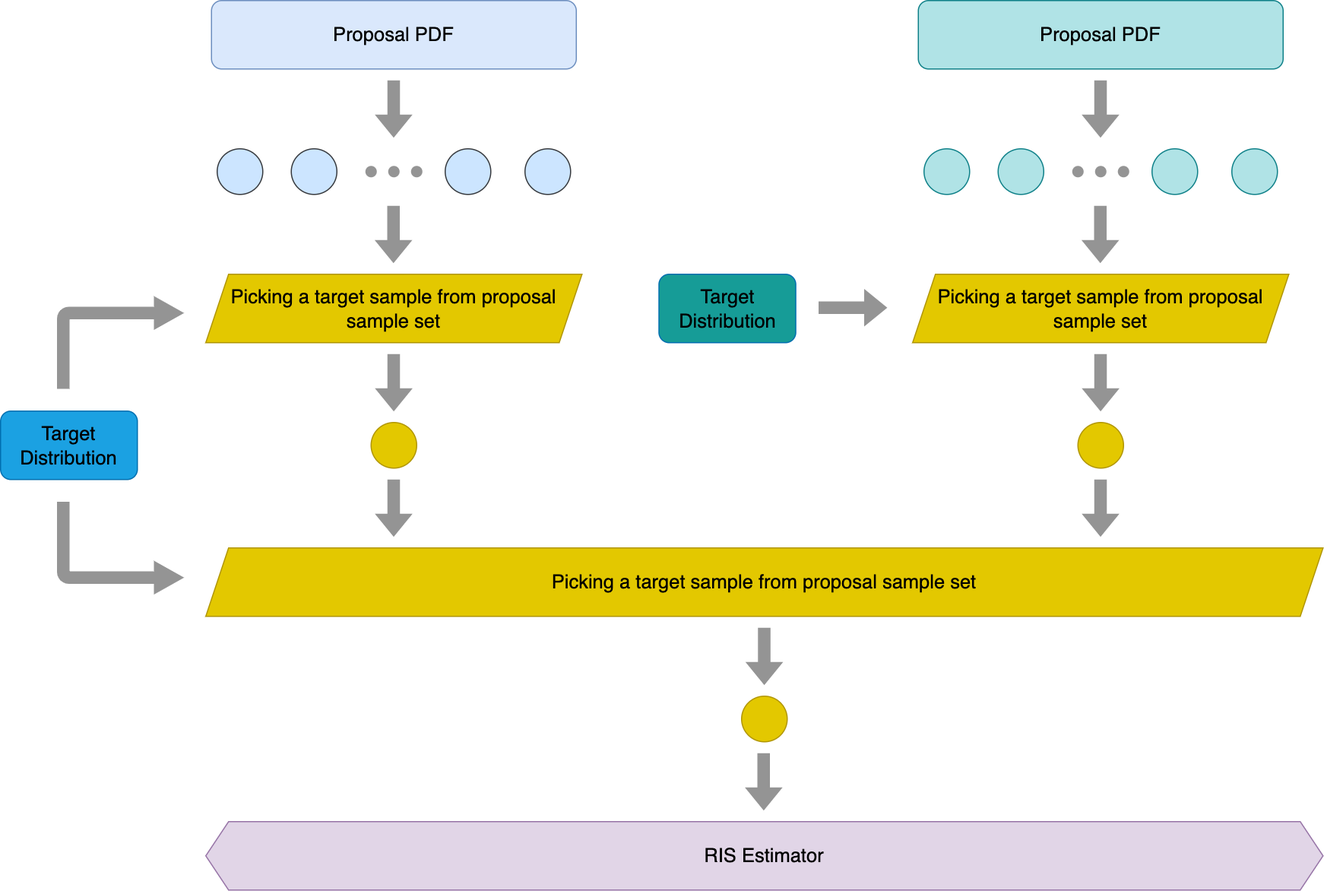
This is img/posts/understanding_the_math_behind_restir_di/ReStir_1.png from JiayinCao/AGraphicsGuyNotes, a draw.io export, as it was before one commit. Source tidied: cells renumbered, new cells last; positions are measured from the earlier drawing's top-left corner, leaving out a move shared by most shapes. The source it was exported from:
```xml
<mxGraphModel>
  <root>
    <mxCell id="0" />
    <mxCell id="1" parent="0" />
    <mxCell id="2" value="&lt;font style=&quot;font-size: 17px;&quot;&gt;Proposal PDF&lt;/font&gt;" style="rounded=1;whiteSpace=wrap;html=1;fillColor=#dae8fc;strokeColor=#6c8ebf;" parent="1" vertex="1">
      <mxGeometry x="185" width="320" height="60" as="geometry" />
    </mxCell>
    <mxCell id="3" style="ellipse;whiteSpace=wrap;html=1;fillColor=#cce5ff;strokeColor=#36393d;" parent="1" vertex="1">
      <mxGeometry x="190" y="130" width="40" height="40" as="geometry" />
    </mxCell>
    <mxCell id="4" style="shape=flexArrow;endArrow=classic;html=1;rounded=0;strokeColor=#949494;fillColor=#949494;" parent="1" edge="1">
      <mxGeometry relative="1" as="geometry">
        <mxPoint x="344.8" y="70" as="sourcePoint" />
        <mxPoint x="344.8" y="120" as="targetPoint" />
      </mxGeometry>
    </mxCell>
    <mxCell id="5" style="ellipse;whiteSpace=wrap;html=1;fillColor=#cce5ff;strokeColor=#36393d;" parent="1" vertex="1">
      <mxGeometry x="255" y="130" width="40" height="40" as="geometry" />
    </mxCell>
    <mxCell id="6" style="ellipse;whiteSpace=wrap;html=1;fillColor=#cce5ff;strokeColor=#36393d;" parent="1" vertex="1">
      <mxGeometry x="460" y="130" width="40" height="40" as="geometry" />
    </mxCell>
    <mxCell id="7" style="ellipse;whiteSpace=wrap;html=1;fillColor=#cce5ff;strokeColor=#36393d;" parent="1" vertex="1">
      <mxGeometry x="390" y="130" width="40" height="40" as="geometry" />
    </mxCell>
    <mxCell id="8" value="&lt;font style=&quot;font-size: 17px;&quot; color=&quot;#000000&quot;&gt;Target Distribution&lt;/font&gt;" style="rounded=1;whiteSpace=wrap;html=1;fillColor=#1ba1e2;strokeColor=#006EAF;fontColor=#ffffff;" parent="1" vertex="1">
      <mxGeometry y="360" width="120" height="60" as="geometry" />
    </mxCell>
    <mxCell id="9" style="ellipse;whiteSpace=wrap;html=1;fillColor=#949494;strokeColor=none;" parent="1" vertex="1">
      <mxGeometry x="320" y="145" width="10" height="10" as="geometry" />
    </mxCell>
    <mxCell id="10" style="ellipse;whiteSpace=wrap;html=1;fillColor=#949494;strokeColor=none;" parent="1" vertex="1">
      <mxGeometry x="340" y="145" width="10" height="10" as="geometry" />
    </mxCell>
    <mxCell id="11" style="ellipse;whiteSpace=wrap;html=1;fillColor=#949494;strokeColor=none;" parent="1" vertex="1">
      <mxGeometry x="360" y="145" width="10" height="10" as="geometry" />
    </mxCell>
    <mxCell id="12" style="shape=flexArrow;endArrow=classic;html=1;rounded=0;strokeColor=#949494;fillColor=#949494;" parent="1" edge="1">
      <mxGeometry relative="1" as="geometry">
        <mxPoint x="344.6" y="180" as="sourcePoint" />
        <mxPoint x="344.6" y="230" as="targetPoint" />
      </mxGeometry>
    </mxCell>
    <mxCell id="13" value="&lt;font style=&quot;font-size: 17px;&quot;&gt;Proposal PDF&lt;/font&gt;" style="rounded=1;whiteSpace=wrap;html=1;fillColor=#b0e3e6;strokeColor=#0e8088;" parent="1" vertex="1">
      <mxGeometry x="805" width="320" height="60" as="geometry" />
    </mxCell>
    <mxCell id="14" style="ellipse;whiteSpace=wrap;html=1;fillColor=#b0e3e6;strokeColor=#0e8088;" parent="1" vertex="1">
      <mxGeometry x="810" y="130" width="40" height="40" as="geometry" />
    </mxCell>
    <mxCell id="15" style="shape=flexArrow;endArrow=classic;html=1;rounded=0;strokeColor=#949494;fillColor=#949494;" parent="1" edge="1">
      <mxGeometry relative="1" as="geometry">
        <mxPoint x="964.8" y="70" as="sourcePoint" />
        <mxPoint x="964.8" y="120" as="targetPoint" />
      </mxGeometry>
    </mxCell>
    <mxCell id="16" style="ellipse;whiteSpace=wrap;html=1;fillColor=#b0e3e6;strokeColor=#0e8088;" parent="1" vertex="1">
      <mxGeometry x="875" y="130" width="40" height="40" as="geometry" />
    </mxCell>
    <mxCell id="17" style="ellipse;whiteSpace=wrap;html=1;fillColor=#b0e3e6;strokeColor=#0e8088;" parent="1" vertex="1">
      <mxGeometry x="1080" y="130" width="40" height="40" as="geometry" />
    </mxCell>
    <mxCell id="18" style="ellipse;whiteSpace=wrap;html=1;fillColor=#b0e3e6;strokeColor=#0e8088;" parent="1" vertex="1">
      <mxGeometry x="1010" y="130" width="40" height="40" as="geometry" />
    </mxCell>
    <mxCell id="19" value="&lt;font style=&quot;font-size: 17px;&quot; color=&quot;#000000&quot;&gt;Target Distribution&lt;/font&gt;" style="rounded=1;whiteSpace=wrap;html=1;fillColor=#169C97;strokeColor=#006EAF;fontColor=#ffffff;" parent="1" vertex="1">
      <mxGeometry x="577.5" y="240" width="120" height="60" as="geometry" />
    </mxCell>
    <mxCell id="20" value="&lt;span style=&quot;font-size: 17px;&quot;&gt;Picking a target sample from proposal sample set&lt;/span&gt;" style="shape=parallelogram;perimeter=parallelogramPerimeter;whiteSpace=wrap;html=1;fixedSize=1;fontColor=#000000;fillColor=#e3c800;strokeColor=#B09500;" parent="1" vertex="1">
      <mxGeometry x="800" y="240" width="330" height="60" as="geometry" />
    </mxCell>
    <mxCell id="21" style="shape=flexArrow;endArrow=classic;html=1;rounded=0;fontColor=#000000;strokeColor=#949494;fillColor=#949494;fillStyle=solid;gradientColor=none;" parent="1" edge="1">
      <mxGeometry relative="1" as="geometry">
        <mxPoint x="717.5" y="269.3" as="sourcePoint" />
        <mxPoint x="777.5" y="269.3" as="targetPoint" />
      </mxGeometry>
    </mxCell>
    <mxCell id="22" style="ellipse;whiteSpace=wrap;html=1;fillColor=#e3c800;strokeColor=#B09500;fontColor=#000000;" parent="1" vertex="1">
      <mxGeometry x="945" y="370" width="40" height="40" as="geometry" />
    </mxCell>
    <mxCell id="23" style="ellipse;whiteSpace=wrap;html=1;fillColor=#949494;strokeColor=none;" parent="1" vertex="1">
      <mxGeometry x="940" y="145" width="10" height="10" as="geometry" />
    </mxCell>
    <mxCell id="24" style="ellipse;whiteSpace=wrap;html=1;fillColor=#949494;strokeColor=none;" parent="1" vertex="1">
      <mxGeometry x="960" y="145" width="10" height="10" as="geometry" />
    </mxCell>
    <mxCell id="25" style="ellipse;whiteSpace=wrap;html=1;fillColor=#949494;strokeColor=none;" parent="1" vertex="1">
      <mxGeometry x="980" y="145" width="10" height="10" as="geometry" />
    </mxCell>
    <mxCell id="26" style="shape=flexArrow;endArrow=classic;html=1;rounded=0;strokeColor=#949494;fillColor=#949494;" parent="1" edge="1">
      <mxGeometry relative="1" as="geometry">
        <mxPoint x="964.6" y="180" as="sourcePoint" />
        <mxPoint x="964.6" y="230" as="targetPoint" />
      </mxGeometry>
    </mxCell>
    <mxCell id="27" style="shape=flexArrow;endArrow=classic;html=1;rounded=0;strokeColor=#949494;fillColor=#949494;" parent="1" edge="1">
      <mxGeometry relative="1" as="geometry">
        <mxPoint x="964.9" y="310" as="sourcePoint" />
        <mxPoint x="964.9" y="360" as="targetPoint" />
      </mxGeometry>
    </mxCell>
    <mxCell id="28" style="shape=flexArrow;endArrow=classic;html=1;rounded=0;strokeColor=#949494;fillColor=#949494;" parent="1" edge="1">
      <mxGeometry relative="1" as="geometry">
        <mxPoint x="964.8" y="420" as="sourcePoint" />
        <mxPoint x="964.8" y="470" as="targetPoint" />
      </mxGeometry>
    </mxCell>
    <mxCell id="29" value="&lt;span style=&quot;font-size: 17px;&quot;&gt;Picking a target sample from proposal sample set&lt;/span&gt;" style="shape=parallelogram;perimeter=parallelogramPerimeter;whiteSpace=wrap;html=1;fixedSize=1;fontColor=#000000;fillColor=#e3c800;strokeColor=#B09500;" parent="1" vertex="1">
      <mxGeometry x="180" y="480" width="980" height="60" as="geometry" />
    </mxCell>
    <mxCell id="30" value="&lt;font style=&quot;font-size: 17px;&quot;&gt;RIS Estimator&lt;/font&gt;" style="shape=hexagon;perimeter=hexagonPerimeter2;whiteSpace=wrap;html=1;fixedSize=1;fillColor=#e1d5e7;strokeColor=#9673a6;" parent="1" vertex="1">
      <mxGeometry x="180" y="720" width="980" height="60" as="geometry" />
    </mxCell>
    <mxCell id="31" style="ellipse;whiteSpace=wrap;html=1;fillColor=#e3c800;strokeColor=#B09500;fontColor=#000000;" parent="1" vertex="1">
      <mxGeometry x="650" y="610" width="40" height="40" as="geometry" />
    </mxCell>
    <mxCell id="32" style="shape=flexArrow;endArrow=classic;html=1;rounded=0;strokeColor=#949494;fillColor=#949494;" parent="1" edge="1">
      <mxGeometry relative="1" as="geometry">
        <mxPoint x="669.9" y="550" as="sourcePoint" />
        <mxPoint x="669.9" y="600" as="targetPoint" />
      </mxGeometry>
    </mxCell>
    <mxCell id="33" style="shape=flexArrow;endArrow=classic;html=1;rounded=0;strokeColor=#949494;fillColor=#949494;" parent="1" edge="1">
      <mxGeometry relative="1" as="geometry">
        <mxPoint x="669.4" y="660" as="sourcePoint" />
        <mxPoint x="669.4" y="710" as="targetPoint" />
      </mxGeometry>
    </mxCell>
    <mxCell id="34" value="&lt;font style=&quot;font-size: 17px;&quot;&gt;Picking a target sample from proposal sample set&lt;/font&gt;" style="shape=parallelogram;perimeter=parallelogramPerimeter;whiteSpace=wrap;html=1;fixedSize=1;fontColor=#000000;fillColor=#e3c800;strokeColor=#B09500;" parent="1" vertex="1">
      <mxGeometry x="180" y="240" width="330" height="60" as="geometry" />
    </mxCell>
    <mxCell id="35" style="ellipse;whiteSpace=wrap;html=1;fillColor=#e3c800;strokeColor=#B09500;fontColor=#000000;" parent="1" vertex="1">
      <mxGeometry x="325" y="370" width="40" height="40" as="geometry" />
    </mxCell>
    <mxCell id="36" style="shape=flexArrow;endArrow=classic;html=1;rounded=0;strokeColor=#949494;fillColor=#949494;" parent="1" edge="1">
      <mxGeometry relative="1" as="geometry">
        <mxPoint x="344.9" y="310" as="sourcePoint" />
        <mxPoint x="344.9" y="360" as="targetPoint" />
      </mxGeometry>
    </mxCell>
    <mxCell id="37" style="shape=flexArrow;endArrow=classic;html=1;rounded=0;strokeColor=#949494;fillColor=#949494;" parent="1" edge="1">
      <mxGeometry relative="1" as="geometry">
        <mxPoint x="344.8" y="420" as="sourcePoint" />
        <mxPoint x="344.8" y="470" as="targetPoint" />
      </mxGeometry>
    </mxCell>
    <mxCell id="38" style="html=1;shadow=0;dashed=0;align=center;verticalAlign=middle;shape=mxgraph.arrows2.bendArrow;dy=5;dx=25;notch=0;arrowHead=28;rounded=1;fillColor=#949494;strokeColor=#949494;fontColor=#ffffff;" parent="1" vertex="1">
      <mxGeometry x="50" y="260" width="110" height="80" as="geometry" />
    </mxCell>
    <mxCell id="39" style="html=1;shadow=0;dashed=0;align=center;verticalAlign=middle;shape=mxgraph.arrows2.bendArrow;dy=5;dx=25;notch=0;arrowHead=28;rounded=1;fillColor=#949494;strokeColor=#949494;fontColor=#ffffff;flipV=1;" parent="1" vertex="1">
      <mxGeometry x="50" y="440" width="110" height="80" as="geometry" />
    </mxCell>
  </root>
</mxGraphModel>
```
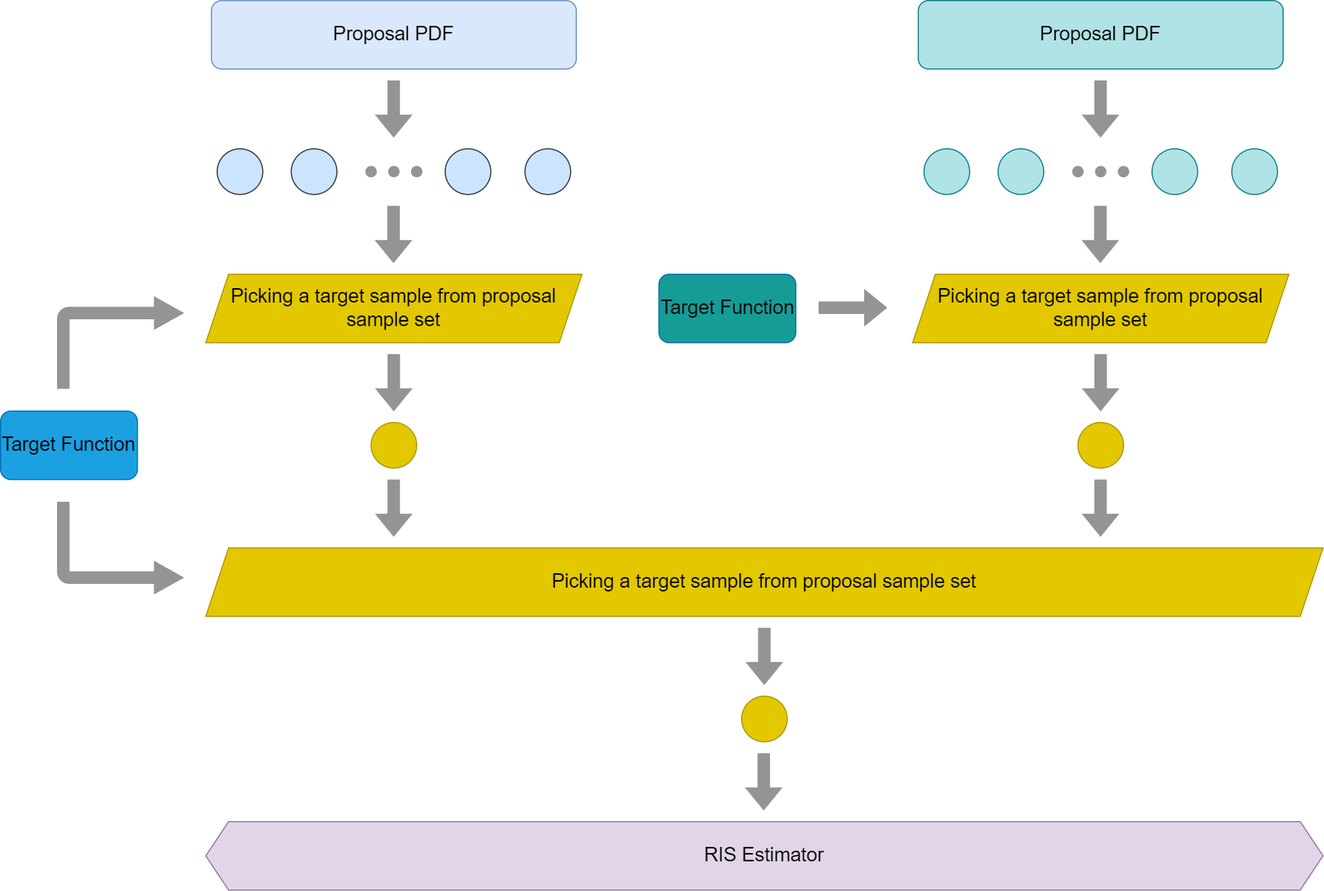
After the change.

Change to the diagram source:
```diff
@@ -23,7 +23,7 @@
     <mxCell id="7" style="ellipse;whiteSpace=wrap;html=1;fillColor=#cce5ff;strokeColor=#36393d;" parent="1" vertex="1">
       <mxGeometry x="390" y="130" width="40" height="40" as="geometry" />
     </mxCell>
-    <mxCell id="8" value="&lt;font style=&quot;font-size: 17px;&quot; color=&quot;#000000&quot;&gt;Target Distribution&lt;/font&gt;" style="rounded=1;whiteSpace=wrap;html=1;fillColor=#1ba1e2;strokeColor=#006EAF;fontColor=#ffffff;" parent="1" vertex="1">
+    <mxCell id="8" value="&lt;font style=&quot;font-size: 17px;&quot; color=&quot;#000000&quot;&gt;Target Function&lt;/font&gt;" style="rounded=1;whiteSpace=wrap;html=1;fillColor=#1ba1e2;strokeColor=#006EAF;fontColor=#ffffff;" parent="1" vertex="1">
       <mxGeometry y="360" width="120" height="60" as="geometry" />
     </mxCell>
     <mxCell id="9" style="ellipse;whiteSpace=wrap;html=1;fillColor=#949494;strokeColor=none;" parent="1" vertex="1">
@@ -62,7 +62,7 @@
     <mxCell id="18" style="ellipse;whiteSpace=wrap;html=1;fillColor=#b0e3e6;strokeColor=#0e8088;" parent="1" vertex="1">
       <mxGeometry x="1010" y="130" width="40" height="40" as="geometry" />
     </mxCell>
-    <mxCell id="19" value="&lt;font style=&quot;font-size: 17px;&quot; color=&quot;#000000&quot;&gt;Target Distribution&lt;/font&gt;" style="rounded=1;whiteSpace=wrap;html=1;fillColor=#169C97;strokeColor=#006EAF;fontColor=#ffffff;" parent="1" vertex="1">
+    <mxCell id="19" value="&lt;font color=&quot;#000000&quot;&gt;&lt;span style=&quot;font-size: 17px;&quot;&gt;Target Function&lt;/span&gt;&lt;/font&gt;" style="rounded=1;whiteSpace=wrap;html=1;fillColor=#169C97;strokeColor=#006EAF;fontColor=#ffffff;" parent="1" vertex="1">
       <mxGeometry x="577.5" y="240" width="120" height="60" as="geometry" />
     </mxCell>
     <mxCell id="20" value="&lt;span style=&quot;font-size: 17px;&quot;&gt;Picking a target sample from proposal sample set&lt;/span&gt;" style="shape=parallelogram;perimeter=parallelogramPerimeter;whiteSpace=wrap;html=1;fixedSize=1;fontColor=#000000;fillColor=#e3c800;strokeColor=#B09500;" parent="1" vertex="1">
```
